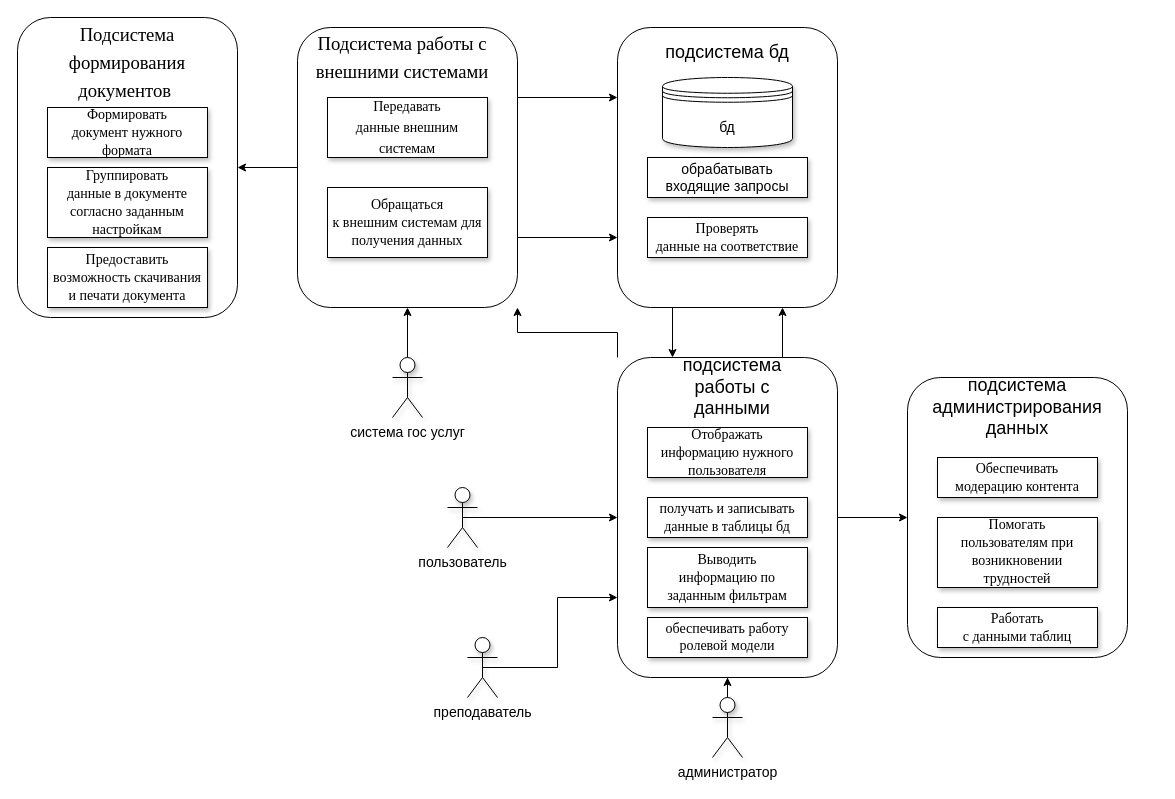
Earlier version of the draw.io diagram new.drawio (Deopster/Mirea). Source tidied: cells renumbered, new cells numbered last; positions are measured from the earlier drawing's top-left corner, leaving out a move shared by most shapes. Both pictures are drawn from the tidied source at 100%, with x=0, y=0 at pixel (17, 17).
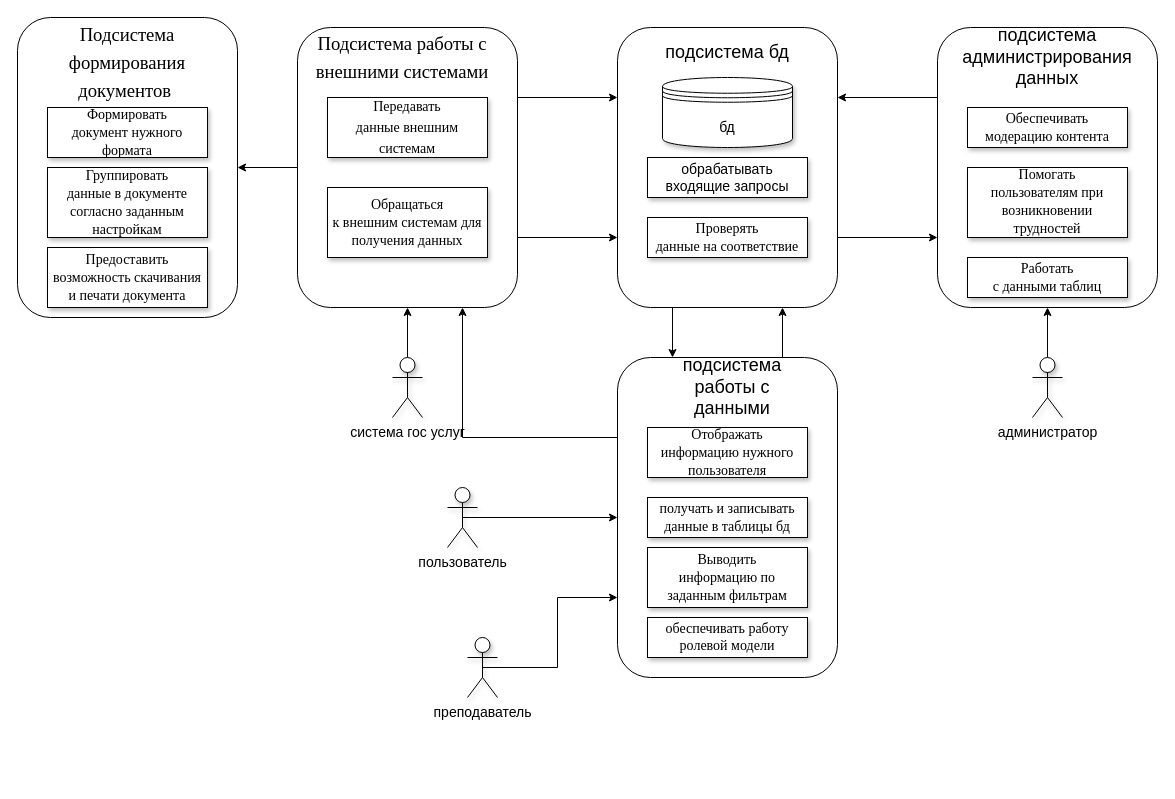
Above is the later version.

Unchanged cells that the change refers to:
```xml
<mxCell id="3" style="rounded=1;whiteSpace=wrap;html=1;" parent="2" vertex="1">
  <mxGeometry width="220" height="280" as="geometry" />
</mxCell>
<mxCell id="12" style="rounded=1;whiteSpace=wrap;html=1;" parent="1" vertex="1">
  <mxGeometry x="280" y="10" width="220" height="280" as="geometry" />
</mxCell>
<mxCell id="25" style="rounded=1;whiteSpace=wrap;html=1;" parent="1" vertex="1">
  <mxGeometry x="600" y="340" width="220" height="320" as="geometry" />
</mxCell>
<mxCell id="31" style="rounded=1;whiteSpace=wrap;html=1;" parent="30" vertex="1">
  <mxGeometry width="220" height="280" as="geometry" />
</mxCell>
```

The edit, as a diff of the source:
```diff
@@
-    <mxCell id="22" style="edgeStyle=orthogonalEdgeStyle;rounded=0;jettySize=auto;html=1;exitX=1;exitY=0.5;exitDx=0;exitDy=0;entryX=0;entryY=0.5;entryDx=0;entryDy=0;fontSize=14;" parent="1" edge="1" source="25" target="31">
-      <mxGeometry relative="1" as="geometry" />
-    </mxCell>
@@
-    <mxCell id="24" style="edgeStyle=orthogonalEdgeStyle;rounded=0;jettySize=auto;html=1;exitX=0;exitY=0;exitDx=0;exitDy=0;entryX=1;entryY=1;entryDx=0;entryDy=0;fontSize=14;" parent="1" edge="1" source="25" target="12">
+    <mxCell id="24" style="edgeStyle=orthogonalEdgeStyle;rounded=0;jettySize=auto;html=1;exitX=0;exitY=0.25;exitDx=0;exitDy=0;entryX=0.75;entryY=1;entryDx=0;entryDy=0;fontSize=14;" parent="1" edge="1" source="25" target="12">
       <mxGeometry relative="1" as="geometry" />
     </mxCell>
@@
     <mxCell id="30" style="group;" parent="1" vertex="1">
-      <mxGeometry x="890" y="360" width="220" height="280" as="geometry" />
+      <mxGeometry x="920" y="10" width="220" height="280" as="geometry" />
     </mxCell>
@@
-    <mxCell id="36" style="edgeStyle=orthogonalEdgeStyle;rounded=0;jettySize=auto;html=1;exitX=0.5;exitY=0;exitDx=0;exitDy=0;exitPerimeter=0;fontSize=14;" parent="1" edge="1" source="37" target="25">
-      <mxGeometry relative="1" as="geometry" />
-    </mxCell>
+    <mxCell id="46" style="edgeStyle=orthogonalEdgeStyle;rounded=0;jettySize=auto;html=1;exitX=0.5;exitY=0;exitDx=0;exitDy=0;exitPerimeter=0;entryX=0.5;entryY=1;entryDx=0;entryDy=0;fontSize=14;" parent="1" edge="1" source="37" target="31">
+      <mxGeometry relative="1" as="geometry" />
+    </mxCell>
     <mxCell id="37" value="администратор" style="shape=umlActor;verticalLabelPosition=bottom;verticalAlign=top;html=1;outlineConnect=0;shadow=1;fontSize=14;" parent="1" vertex="1">
-      <mxGeometry x="695" y="680" width="30" height="60" as="geometry" />
+      <mxGeometry x="1015" y="340" width="30" height="60" as="geometry" />
     </mxCell>
@@
+    <mxCell id="47" style="edgeStyle=orthogonalEdgeStyle;rounded=0;jettySize=auto;html=1;exitX=0;exitY=0.25;exitDx=0;exitDy=0;entryX=1;entryY=0.25;entryDx=0;entryDy=0;fontSize=14;" parent="1" edge="1" source="31" target="3">
+      <mxGeometry relative="1" as="geometry" />
+    </mxCell>
+    <mxCell id="48" style="edgeStyle=orthogonalEdgeStyle;rounded=0;jettySize=auto;html=1;exitX=1;exitY=0.75;exitDx=0;exitDy=0;entryX=0;entryY=0.75;entryDx=0;entryDy=0;fontSize=14;" parent="1" edge="1" source="3" target="31">
+      <mxGeometry relative="1" as="geometry" />
+    </mxCell>
```
